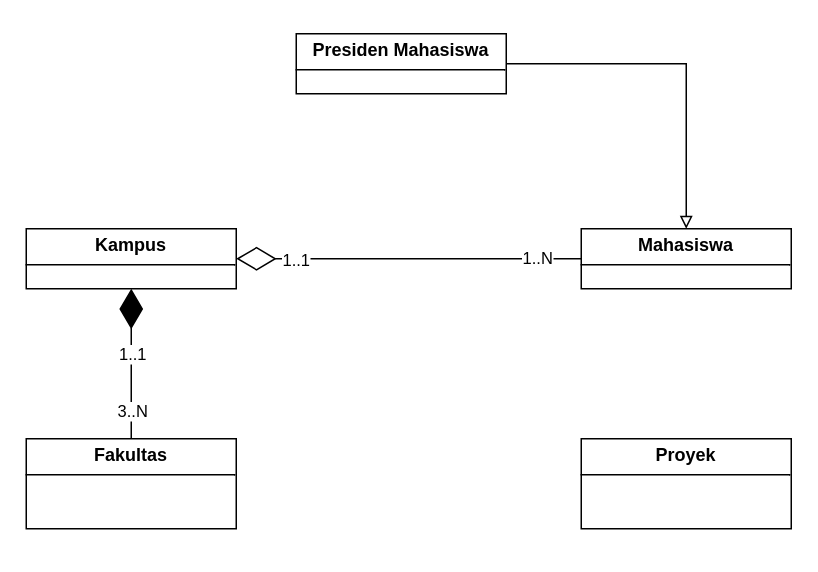
Earlier version of the draw.io diagram Diagram Tanpa Judul.drawio (Naufalarifin/Class-Diagram). Source tidied: cells renumbered, new cells numbered last; positions are measured from the earlier drawing's top-left corner, leaving out a move shared by most shapes. Both pictures are drawn from the tidied source at 150%, with x=0, y=0 at pixel (26, 33).
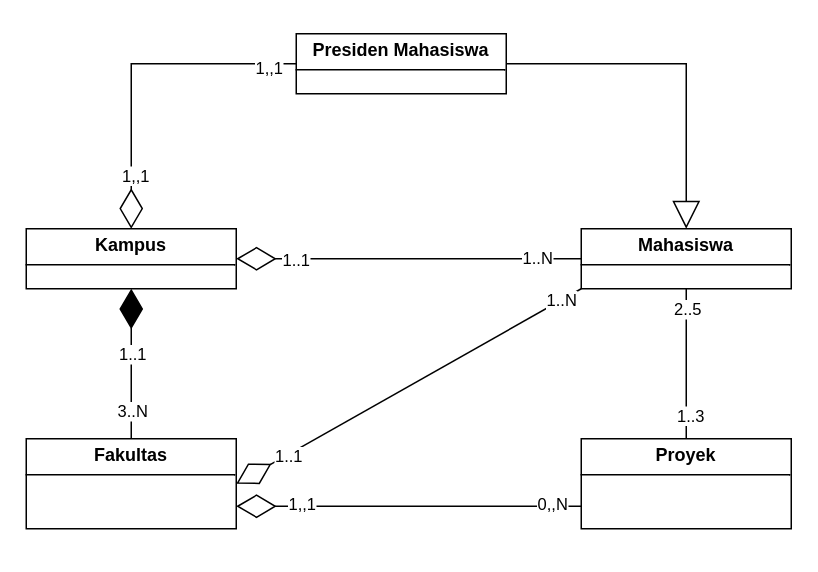
The same diagram, later.

Unchanged cells that the change refers to:
```xml
<mxCell id="2" value="&lt;p style=&quot;margin:0px;margin-top:4px;text-align:center;&quot;&gt;&lt;b&gt;Kampus&lt;/b&gt;&lt;/p&gt;&lt;hr size=&quot;1&quot; style=&quot;border-style:solid;&quot;&gt;&lt;div style=&quot;height:2px;&quot;&gt;&lt;/div&gt;" style="verticalAlign=top;align=left;overflow=fill;html=1;whiteSpace=wrap;" parent="1" vertex="1">
  <mxGeometry y="130" width="140" height="40" as="geometry" />
</mxCell>
<mxCell id="3" value="&lt;p style=&quot;margin:0px;margin-top:4px;text-align:center;&quot;&gt;&lt;b&gt;Mahasiswa&lt;/b&gt;&lt;/p&gt;&lt;hr size=&quot;1&quot; style=&quot;border-style:solid;&quot;&gt;&lt;div style=&quot;height:2px;&quot;&gt;&lt;/div&gt;" style="verticalAlign=top;align=left;overflow=fill;html=1;whiteSpace=wrap;" parent="1" vertex="1">
  <mxGeometry x="370" y="130" width="140" height="40" as="geometry" />
</mxCell>
<mxCell id="4" value="&lt;p style=&quot;margin:0px;margin-top:4px;text-align:center;&quot;&gt;&lt;b&gt;Fakultas&lt;/b&gt;&lt;/p&gt;&lt;hr size=&quot;1&quot; style=&quot;border-style:solid;&quot;&gt;&lt;div style=&quot;height:2px;&quot;&gt;&lt;/div&gt;" style="verticalAlign=top;align=left;overflow=fill;html=1;whiteSpace=wrap;" parent="1" vertex="1">
  <mxGeometry y="270" width="140" height="60" as="geometry" />
</mxCell>
<mxCell id="5" value="&lt;p style=&quot;margin:0px;margin-top:4px;text-align:center;&quot;&gt;&lt;b&gt;Proyek&lt;/b&gt;&lt;/p&gt;&lt;hr size=&quot;1&quot; style=&quot;border-style:solid;&quot;&gt;&lt;div style=&quot;height:2px;&quot;&gt;&lt;/div&gt;" style="verticalAlign=top;align=left;overflow=fill;html=1;whiteSpace=wrap;" parent="1" vertex="1">
  <mxGeometry x="370" y="270" width="140" height="60" as="geometry" />
</mxCell>
<mxCell id="6" value="&lt;p style=&quot;margin:0px;margin-top:4px;text-align:center;&quot;&gt;&lt;b&gt;Presiden Mahasiswa&lt;/b&gt;&lt;/p&gt;&lt;hr size=&quot;1&quot; style=&quot;border-style:solid;&quot;&gt;&lt;div style=&quot;height:2px;&quot;&gt;&lt;/div&gt;" style="verticalAlign=top;align=left;overflow=fill;html=1;whiteSpace=wrap;" parent="1" vertex="1">
  <mxGeometry x="180" width="140" height="40" as="geometry" />
</mxCell>
```

Diff of the diagram source:
```diff
@@
-    <mxCell id="7" style="endArrow=block;html=1;endFill=0;edgeStyle=elbowEdgeStyle;elbow=vertical;rounded=0;exitX=1;exitY=0.5;exitDx=0;exitDy=0;entryX=0.5;entryY=0;entryDx=0;entryDy=0;" parent="1" edge="1" source="6" target="3">
-      <mxGeometry relative="1" as="geometry">
-        <Array as="points">
-          <mxPoint x="380" y="20" />
-        </Array>
-      </mxGeometry>
-    </mxCell>
@@
+    <mxCell id="14" style="endArrow=diamondThin;endFill=0;endSize=24;html=1;rounded=0;entryX=1;entryY=0.5;entryDx=0;entryDy=0;exitX=0;exitY=1;exitDx=0;exitDy=0;" parent="1" edge="1" source="3" target="4">
+      <mxGeometry relative="1" as="geometry" />
+    </mxCell>
+    <mxCell id="15" value="1..1" style="edgeLabel;html=1;align=center;verticalAlign=middle;" parent="14" vertex="1">
+      <mxGeometry x="0.7" y="1" relative="1" as="geometry" />
+    </mxCell>
+    <mxCell id="16" value="1..N" style="edgeLabel;html=1;align=center;verticalAlign=middle;" parent="14" vertex="1">
+      <mxGeometry x="-0.89" relative="1" as="geometry" />
+    </mxCell>
+    <mxCell id="17" style="endArrow=diamondThin;endFill=0;endSize=24;html=1;rounded=0;entryX=1;entryY=0.75;entryDx=0;entryDy=0;exitX=0;exitY=0.75;exitDx=0;exitDy=0;" parent="1" edge="1" source="5" target="4">
+      <mxGeometry relative="1" as="geometry" />
+    </mxCell>
+    <mxCell id="18" value="1,,1" style="edgeLabel;html=1;align=center;verticalAlign=middle;" parent="17" vertex="1">
+      <mxGeometry x="0.63" y="-2" relative="1" as="geometry" />
+    </mxCell>
+    <mxCell id="19" value="0,,N" style="edgeLabel;html=1;align=center;verticalAlign=middle;" parent="17" vertex="1">
+      <mxGeometry x="-0.83" y="-2" relative="1" as="geometry" />
+    </mxCell>
+    <mxCell id="20" style="endArrow=none;html=1;rounded=0;entryX=0.5;entryY=1;entryDx=0;entryDy=0;exitX=0.5;exitY=0;exitDx=0;exitDy=0;" parent="1" edge="1" source="5" target="3">
+      <mxGeometry relative="1" as="geometry" />
+    </mxCell>
+    <mxCell id="21" value="2..5" style="edgeLabel;html=1;align=center;verticalAlign=middle;" parent="20" vertex="1">
+      <mxGeometry x="0.74" relative="1" as="geometry" />
+    </mxCell>
+    <mxCell id="22" value="1..3" style="edgeLabel;html=1;align=center;verticalAlign=middle;" parent="20" vertex="1">
+      <mxGeometry x="-0.68" y="-2" relative="1" as="geometry" />
+    </mxCell>
+    <mxCell id="7" style="endArrow=block;endSize=16;endFill=0;html=1;rounded=0;exitX=1;exitY=0.5;exitDx=0;exitDy=0;entryX=0.5;entryY=0;entryDx=0;entryDy=0;" parent="1" edge="1" source="6" target="3">
+      <mxGeometry x="0.1" y="50" relative="1" as="geometry">
+        <Array as="points">
+          <mxPoint x="440" y="20" />
+        </Array>
+      </mxGeometry>
+    </mxCell>
+    <mxCell id="23" style="endArrow=diamondThin;endFill=0;endSize=24;html=1;rounded=0;entryX=0.5;entryY=0;entryDx=0;entryDy=0;exitX=0;exitY=0.5;exitDx=0;exitDy=0;" parent="1" edge="1" source="6" target="2">
+      <mxGeometry relative="1" as="geometry">
+        <Array as="points">
+          <mxPoint x="70" y="20" />
+        </Array>
+      </mxGeometry>
+    </mxCell>
+    <mxCell id="24" value="1,,1" style="edgeLabel;html=1;align=center;verticalAlign=middle;" parent="23" vertex="1">
+      <mxGeometry x="0.67" y="2" relative="1" as="geometry" />
+    </mxCell>
+    <mxCell id="25" value="1,,1" style="edgeLabel;html=1;align=center;verticalAlign=middle;" parent="23" vertex="1">
+      <mxGeometry x="-0.83" y="2" relative="1" as="geometry" />
+    </mxCell>
```
